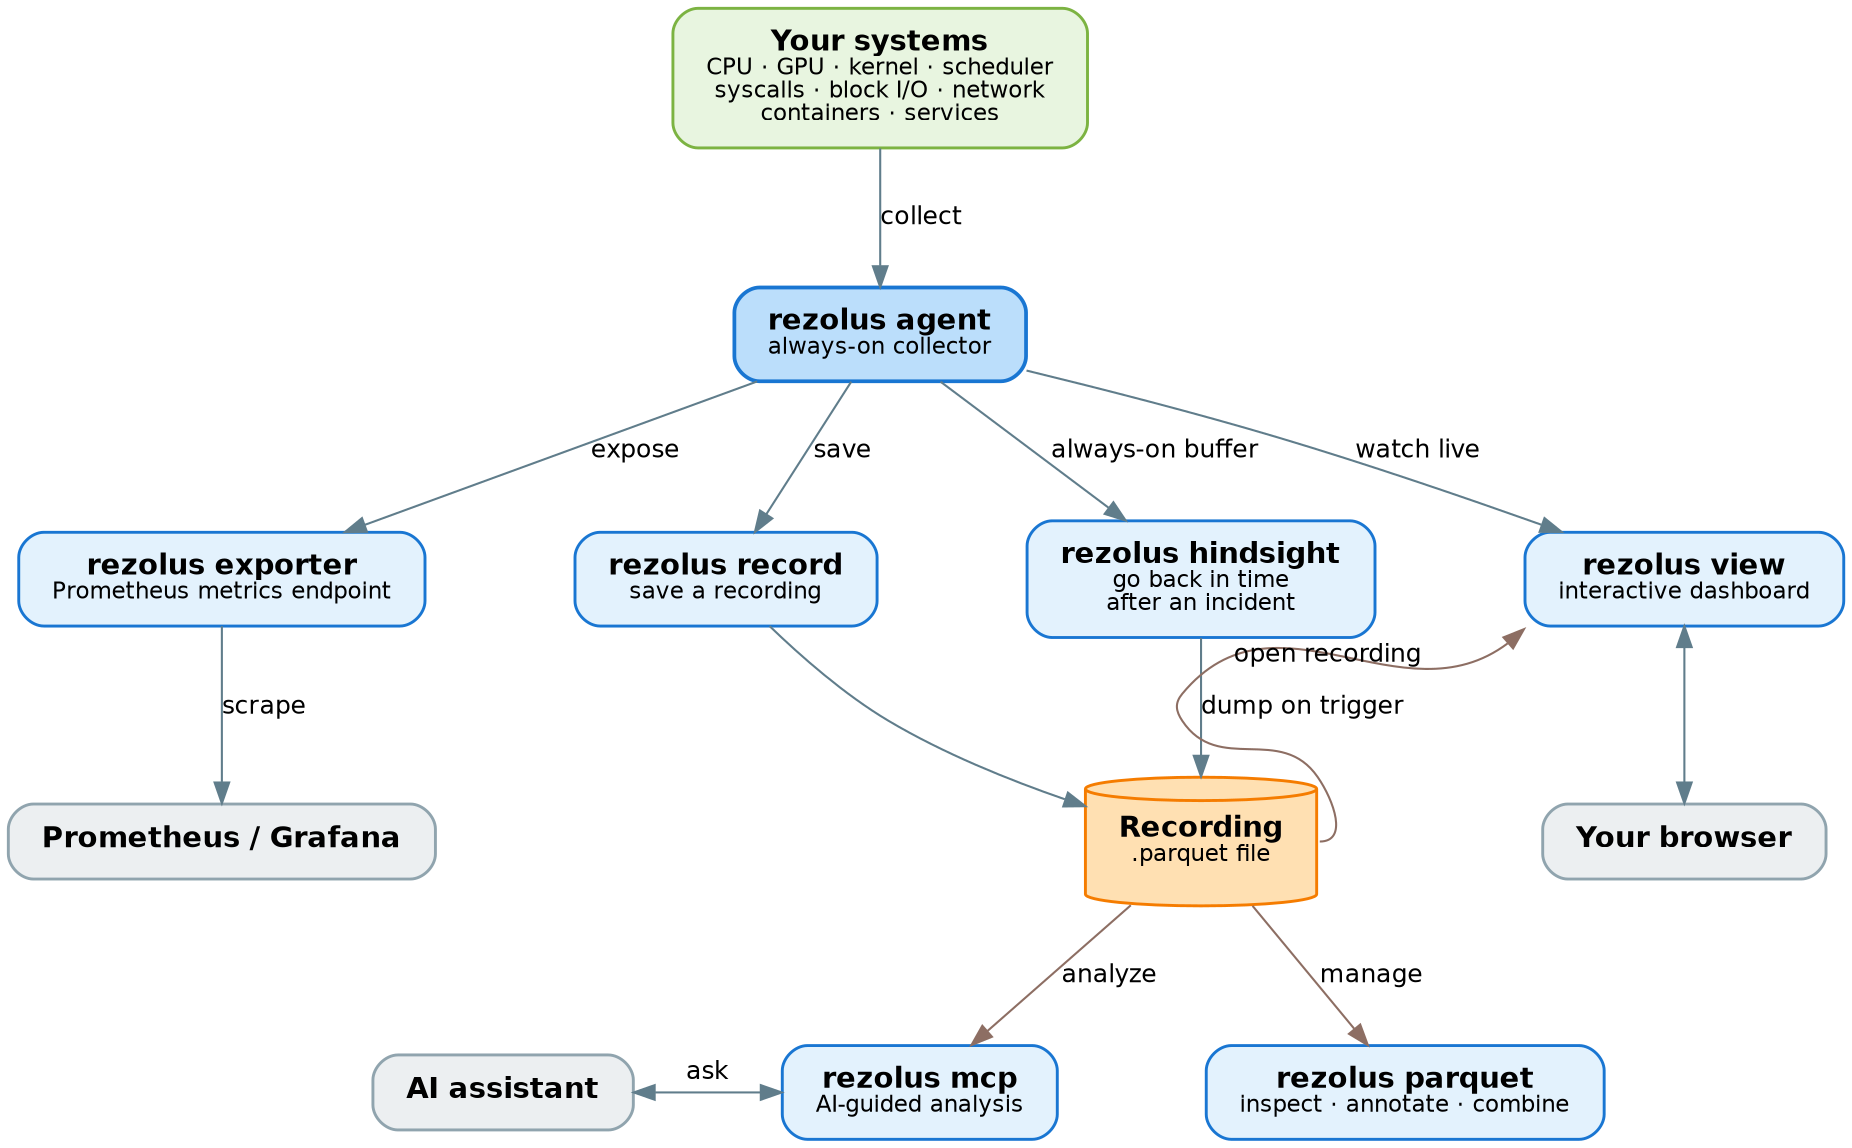
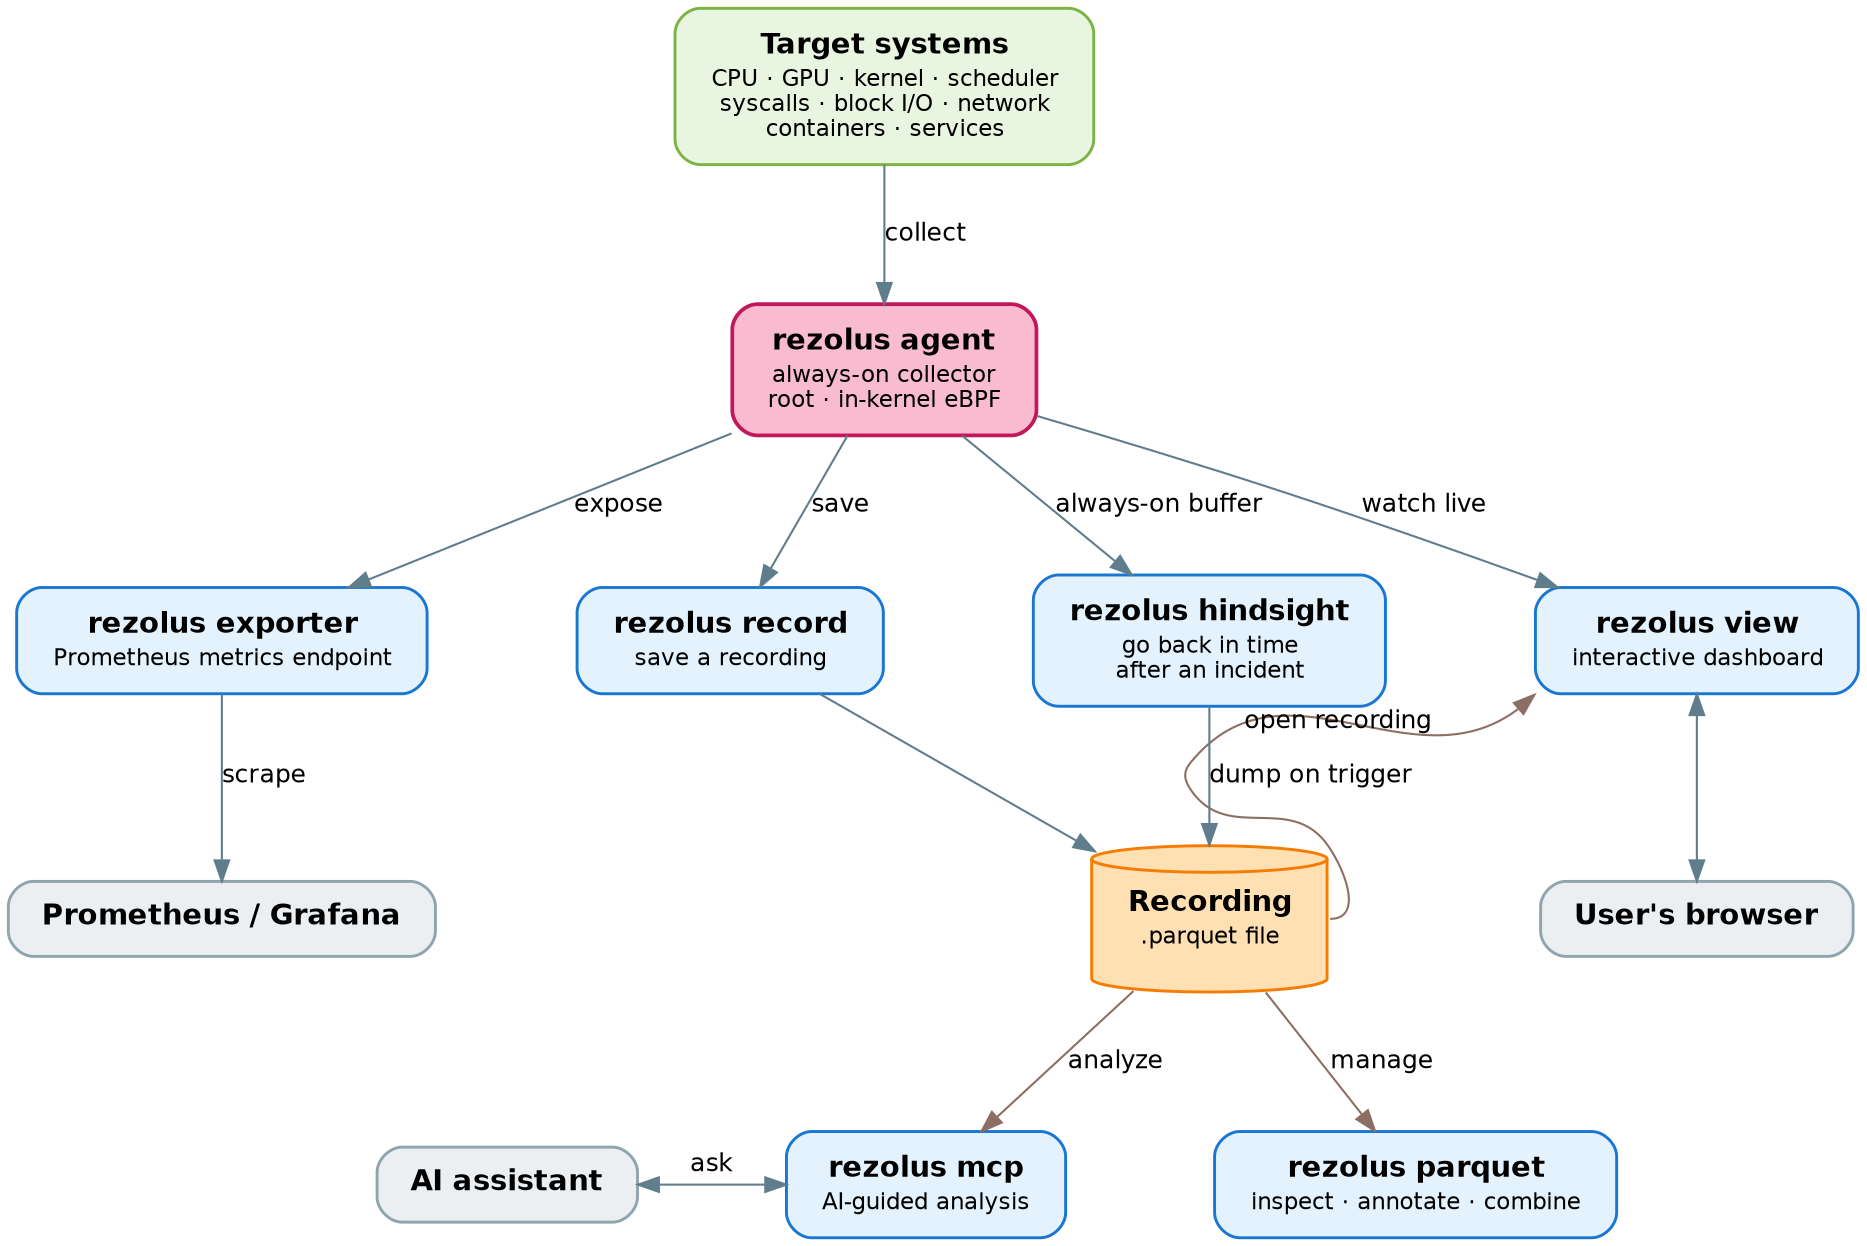
// Rezolus — what you can do with it (user's view)
//
// Render:  dot -Tsvg docs/architecture.dot -o docs/architecture.svg
//          dot -Tpng docs/architecture.dot -o docs/architecture.png
//
// Everything below is the one `rezolus` binary — you just pick the
// subcommand for the job. Arrows read as "what you do next".
+ //
+ // Labels use small HTML tables so the text centers (plain <br/> labels
+ // left-align in some Graphviz builds).

digraph rezolus {
  rankdir=TB;
  fontname="Helvetica";
  nodesep=0.5;
  ranksep=0.75;
  bgcolor="white";

  node [fontname="Helvetica", fontsize=14, shape=box, style="rounded,filled", penwidth=1.4, margin="0.22,0.14"];
  edge [fontname="Helvetica", fontsize=12, color="#607d8b"];

  // ---- What you're watching --------------------------------------------
-   system [label=<<b>Your systems</b><br/><font point-size="11">CPU · GPU · kernel · scheduler<br/>syscalls · block I/O · network<br/>containers · services</font>>,
-           fillcolor="#e8f5e0", color="#7cb342"];
+   system [fillcolor="#e8f5e0", color="#7cb342", label=<
+     <table border="0" cellborder="0" cellspacing="0" cellpadding="1">
+       <tr><td align="center"><b>Target systems</b></td></tr>
+       <tr><td align="center" balign="center"><font point-size="11">CPU · GPU · kernel · scheduler<br/>syscalls · block I/O · network<br/>containers · services</font></td></tr>
+     </table>>];

-   // ---- The always-on collector -----------------------------------------
-   agent [label=<<b>rezolus agent</b><br/><font point-size="11">always-on collector</font>>,
-          fillcolor="#bbdefb", color="#1976d2", penwidth=1.8];
+   // ---- The always-on collector (pink: runs as root, eBPF in kernel) -----
+   agent [fillcolor="#f8bbd0", color="#c2185b", penwidth=1.8, label=<
+     <table border="0" cellborder="0" cellspacing="0" cellpadding="1">
+       <tr><td align="center"><b>rezolus agent</b></td></tr>
+       <tr><td align="center" balign="center"><font point-size="11">always-on collector<br/>root · in-kernel eBPF</font></td></tr>
+     </table>>];

  // ---- Live: stream and watch ------------------------------------------
-   exporter [label=<<b>rezolus exporter</b><br/><font point-size="11">Prometheus metrics endpoint</font>>, fillcolor="#e3f2fd", color="#1976d2", group="gExp"];
-   view     [label=<<b>rezolus view</b><br/><font point-size="11">interactive dashboard</font>>,     fillcolor="#e3f2fd", color="#1976d2", group="gView"];
+   exporter [fillcolor="#e3f2fd", color="#1976d2", group="gExp", label=<
+     <table border="0" cellborder="0" cellspacing="0" cellpadding="1">
+       <tr><td align="center"><b>rezolus exporter</b></td></tr>
+       <tr><td align="center"><font point-size="11">Prometheus metrics endpoint</font></td></tr>
+     </table>>];
+   view [fillcolor="#e3f2fd", color="#1976d2", group="gView", label=<
+     <table border="0" cellborder="0" cellspacing="0" cellpadding="1">
+       <tr><td align="center"><b>rezolus view</b></td></tr>
+       <tr><td align="center"><font point-size="11">interactive dashboard</font></td></tr>
+     </table>>];

  // ---- Capture to a file -----------------------------------------------
-   record    [label=<<b>rezolus record</b><br/><font point-size="11">save a recording</font>>,                 fillcolor="#e3f2fd", color="#1976d2"];
-   hindsight [label=<<b>rezolus hindsight</b><br/><font point-size="11">go back in time<br/>after an incident</font>>, fillcolor="#e3f2fd", color="#1976d2", group="gRec"];
+   record [fillcolor="#e3f2fd", color="#1976d2", label=<
+     <table border="0" cellborder="0" cellspacing="0" cellpadding="1">
+       <tr><td align="center"><b>rezolus record</b></td></tr>
+       <tr><td align="center"><font point-size="11">save a recording</font></td></tr>
+     </table>>];
+   hindsight [fillcolor="#e3f2fd", color="#1976d2", group="gRec", label=<
+     <table border="0" cellborder="0" cellspacing="0" cellpadding="1">
+       <tr><td align="center"><b>rezolus hindsight</b></td></tr>
+       <tr><td align="center" balign="center"><font point-size="11">go back in time<br/>after an incident</font></td></tr>
+     </table>>];

  // ---- Work with recordings --------------------------------------------
-   mcp     [label=<<b>rezolus mcp</b><br/><font point-size="11">AI-guided analysis</font>>,          fillcolor="#e3f2fd", color="#1976d2"];
-   pqtools [label=<<b>rezolus parquet</b><br/><font point-size="11">inspect · annotate · combine</font>>, fillcolor="#e3f2fd", color="#1976d2"];
+   mcp [fillcolor="#e3f2fd", color="#1976d2", label=<
+     <table border="0" cellborder="0" cellspacing="0" cellpadding="1">
+       <tr><td align="center"><b>rezolus mcp</b></td></tr>
+       <tr><td align="center"><font point-size="11">AI-guided analysis</font></td></tr>
+     </table>>];
+   pqtools [fillcolor="#e3f2fd", color="#1976d2", label=<
+     <table border="0" cellborder="0" cellspacing="0" cellpadding="1">
+       <tr><td align="center"><b>rezolus parquet</b></td></tr>
+       <tr><td align="center"><font point-size="11">inspect · annotate · combine</font></td></tr>
+     </table>>];

  // ---- The recording artifact ------------------------------------------
-   recording [label=<<b>Recording</b><br/><font point-size="11">.parquet file</font>>,
-              shape=cylinder, fillcolor="#ffe0b2", color="#f57c00", group="gRec"];
+   recording [shape=cylinder, fillcolor="#ffe0b2", color="#f57c00", group="gRec", label=<
+     <table border="0" cellborder="0" cellspacing="0" cellpadding="1">
+       <tr><td align="center"><b>Recording</b></td></tr>
+       <tr><td align="center"><font point-size="11">.parquet file</font></td></tr>
+     </table>>];

  // ---- Where the value lands -------------------------------------------
  grafana [label=<<b>Prometheus / Grafana</b>>, fillcolor="#eceff1", color="#90a4ae", group="gExp"];
-   browser [label=<<b>Your browser</b>>,          fillcolor="#eceff1", color="#90a4ae", group="gView"];
+   browser [label=<<b>User's browser</b>>,        fillcolor="#eceff1", color="#90a4ae", group="gView"];
  llm     [label=<<b>AI assistant</b>>,           fillcolor="#eceff1", color="#90a4ae"];

  // ---- Layout: rows keep the picture compact; invisible edges pin the
  //      left-to-right order within each row --------------------------
  // view sits on the far right (next to the recording it opens); the
  // other three are the expose/capture subcommands.
  {rank=same; exporter; record; hindsight; view; exporter -> record -> hindsight -> view [style=invis];}
  {rank=same; grafana; recording; browser; grafana -> recording -> browser [style=invis];}
  // mcp and parquet sit side by side directly under the recording, with
  // the AI assistant to the left of mcp.
  {rank=same; llm; mcp; pqtools; llm -> mcp -> pqtools [style=invis];}

  // ---- Collect ----------------------------------------------------------
  system -> agent [label="collect"];

  // ---- Live from the agent ---------------------------------------------
  agent -> exporter  [label="expose"];
  agent -> view      [label="watch live"];
  agent -> record    [label="save"];
  agent -> hindsight [label="always-on buffer"];

  exporter -> grafana [label="scrape", weight=10];

  // ---- Produce a recording ---------------------------------------------
  record    -> recording;
  hindsight -> recording [label="dump on trigger", weight=10];

-   // ---- Do things with the recording ------------------------------------
-   recording:e -> view:sw [xlabel="open recording", color="#8d6e63", constraint=false];
+   // ---- Open a recording in the viewer. Drawn as a downward edge with a
+   //      reversed arrowhead so it routes cleanly instead of hooking back.
+   view:sw -> recording:e [dir=back, xlabel="open recording", color="#8d6e63", constraint=false];
+ 
+   // ---- Analyze / manage a recording ------------------------------------
  recording -> mcp     [label="analyze", color="#8d6e63"];
  recording -> pqtools [label="manage",  color="#8d6e63"];

  // ---- Outcomes ---------------------------------------------------------
  view -> browser [dir=both, weight=10];
-   mcp  -> llm     [label="ask", dir=both, constraint=false];
+   llm  -> mcp     [label="ask", dir=both, constraint=false];
}
